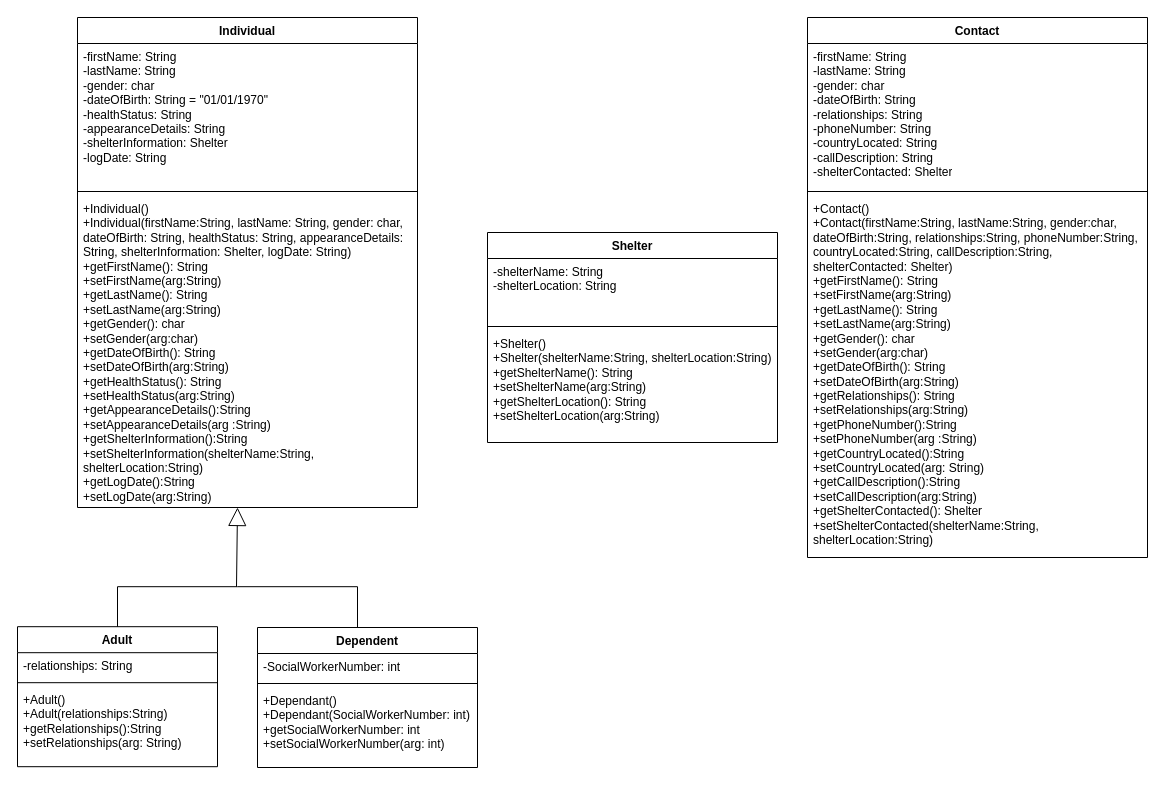
Before: disaster_recover_UML_25.drawio in ENSF-380-Group-25/Project-1, a draw.io diagram. Source tidied: cells renumbered, new cells numbered last; positions are measured from the earlier drawing's top-left corner, leaving out a move shared by most shapes. Both pictures are drawn from the tidied source at 100%, with x=0, y=0 at pixel (17, 17).
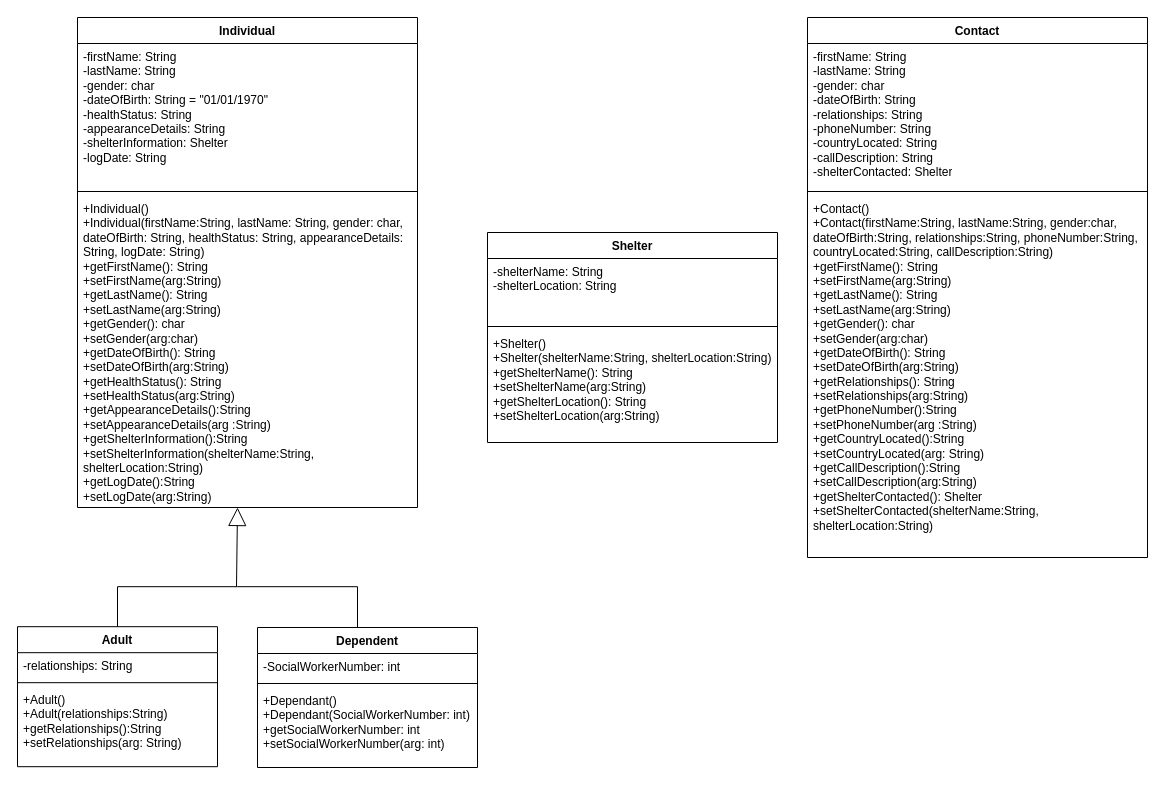
After the change.

Commit message:
updated shelter attributes

Unchanged cells that the change refers to:
```xml
<mxCell id="2" value="Individual" style="swimlane;fontStyle=1;align=center;verticalAlign=top;horizontal=1;startSize=26;whiteSpace=wrap;html=1;" parent="1" vertex="1">
  <mxGeometry x="60" width="340" height="490" as="geometry" />
</mxCell>
<mxCell id="23" value="Contact" style="swimlane;fontStyle=1;align=center;verticalAlign=top;horizontal=1;startSize=26;whiteSpace=wrap;html=1;" parent="1" vertex="1">
  <mxGeometry x="790" width="340" height="540" as="geometry" />
</mxCell>
```

What changed in the source:
```diff
@@
-    <mxCell id="5" value="&lt;div&gt;+Individual()&lt;/div&gt;&lt;div&gt;+Individual(firstName:String, lastName: String, gender: char, dateOfBirth: String, healthStatus: String, appearanceDetails: String, shelterInformation: Shelter, logDate: String)&lt;/div&gt;+getFirstName(): String&lt;div&gt;+setFirstName(arg:String)&lt;/div&gt;&lt;div&gt;+getLastName(): String&lt;div&gt;+setLastName(arg:String)&lt;/div&gt;&lt;div&gt;+getGender(): char&lt;div&gt;+setGender(arg:char)&lt;/div&gt;&lt;div&gt;+getDateOfBirth(): String&lt;div&gt;+setDateOfBirth(arg:String)&lt;/div&gt;&lt;div&gt;+getHealthStatus(): String&lt;div&gt;+setHealthStatus(arg:String)&lt;/div&gt;&lt;div&gt;+getAppearanceDetails():String&lt;/div&gt;&lt;div&gt;+setAppearanceDetails(arg&amp;nbsp;&lt;span style=&quot;background-color: transparent; color: light-dark(rgb(0, 0, 0), rgb(255, 255, 255));&quot;&gt;:String&lt;/span&gt;&lt;span style=&quot;background-color: transparent; color: light-dark(rgb(0, 0, 0), rgb(255, 255, 255));&quot;&gt;)&lt;/span&gt;&lt;/div&gt;&lt;div&gt;+getShelterInformation():String&lt;/div&gt;&lt;div&gt;+setShelterInformation(shelterName:String, shelterLocation:String)&lt;/div&gt;&lt;div&gt;+getLogDate():String&lt;/div&gt;&lt;div&gt;+setLogDate(arg:String)&lt;/div&gt;&lt;div&gt;&lt;br&gt;&lt;/div&gt;&lt;div&gt;&lt;br&gt;&lt;/div&gt;&lt;/div&gt;&lt;div&gt;&lt;br&gt;&lt;/div&gt;&lt;/div&gt;&lt;/div&gt;&lt;div&gt;&lt;br&gt;&lt;/div&gt;&lt;/div&gt;" style="text;strokeColor=none;fillColor=none;align=left;verticalAlign=top;spacingLeft=4;spacingRight=4;overflow=hidden;whiteSpace=wrap;html=1;" parent="2" vertex="1">
+    <mxCell id="5" value="&lt;div&gt;+Individual()&lt;/div&gt;&lt;div&gt;+Individual(firstName:String, lastName: String, gender: char, dateOfBirth: String, healthStatus: String, appearanceDetails: String, logDate: String)&lt;/div&gt;+getFirstName(): String&lt;div&gt;+setFirstName(arg:String)&lt;/div&gt;&lt;div&gt;+getLastName(): String&lt;div&gt;+setLastName(arg:String)&lt;/div&gt;&lt;div&gt;+getGender(): char&lt;div&gt;+setGender(arg:char)&lt;/div&gt;&lt;div&gt;+getDateOfBirth(): String&lt;div&gt;+setDateOfBirth(arg:String)&lt;/div&gt;&lt;div&gt;+getHealthStatus(): String&lt;div&gt;+setHealthStatus(arg:String)&lt;/div&gt;&lt;div&gt;+getAppearanceDetails():String&lt;/div&gt;&lt;div&gt;+setAppearanceDetails(arg&amp;nbsp;&lt;span style=&quot;background-color: transparent; color: light-dark(rgb(0, 0, 0), rgb(255, 255, 255));&quot;&gt;:String&lt;/span&gt;&lt;span style=&quot;background-color: transparent; color: light-dark(rgb(0, 0, 0), rgb(255, 255, 255));&quot;&gt;)&lt;/span&gt;&lt;/div&gt;&lt;div&gt;+getShelterInformation():String&lt;/div&gt;&lt;div&gt;+setShelterInformation(shelterName:String, shelterLocation:String)&lt;/div&gt;&lt;div&gt;+getLogDate():String&lt;/div&gt;&lt;div&gt;+setLogDate(arg:String)&lt;/div&gt;&lt;div&gt;&lt;br&gt;&lt;/div&gt;&lt;div&gt;&lt;br&gt;&lt;/div&gt;&lt;/div&gt;&lt;div&gt;&lt;br&gt;&lt;/div&gt;&lt;/div&gt;&lt;/div&gt;&lt;div&gt;&lt;br&gt;&lt;/div&gt;&lt;/div&gt;" style="text;strokeColor=none;fillColor=none;align=left;verticalAlign=top;spacingLeft=4;spacingRight=4;overflow=hidden;whiteSpace=wrap;html=1;" parent="2" vertex="1">
       <mxGeometry y="178" width="340" height="312" as="geometry" />
     </mxCell>
@@
-    <mxCell id="26" value="&lt;div&gt;+Contact()&lt;/div&gt;&lt;div&gt;+Contact(firstName:String, lastName:String, gender:char, dateOfBirth:String, relationships:String, phoneNumber:String, countryLocated:String, callDescription:String, shelterContacted: Shelter)&lt;/div&gt;+getFirstName(): String&lt;div&gt;+setFirstName(arg:String)&lt;/div&gt;&lt;div&gt;+getLastName(): String&lt;div&gt;+setLastName(arg:String)&lt;/div&gt;&lt;div&gt;+getGender(): char&lt;div&gt;+setGender(arg:char)&lt;/div&gt;&lt;div&gt;+getDateOfBirth(): String&lt;div&gt;+setDateOfBirth(arg:String)&lt;/div&gt;&lt;div&gt;+getRelationships(): String&lt;div&gt;+setRelationships(arg:String)&lt;/div&gt;&lt;div&gt;+getPhoneNumber():String&lt;/div&gt;&lt;div&gt;+setPhoneNumber(arg&amp;nbsp;&lt;span style=&quot;background-color: transparent; color: light-dark(rgb(0, 0, 0), rgb(255, 255, 255));&quot;&gt;:String&lt;/span&gt;&lt;span style=&quot;background-color: transparent; color: light-dark(rgb(0, 0, 0), rgb(255, 255, 255));&quot;&gt;)&lt;/span&gt;&lt;/div&gt;&lt;div&gt;+getCountryLocated():String&lt;/div&gt;&lt;div&gt;+setCountryLocated(arg: String)&lt;/div&gt;&lt;div&gt;+getCallDescription():String&lt;/div&gt;&lt;div&gt;+setCallDescription(arg:String)&lt;/div&gt;&lt;/div&gt;&lt;/div&gt;&lt;/div&gt;&lt;/div&gt;&lt;div&gt;+getShelterContacted(): Shelter&lt;/div&gt;&lt;div&gt;+setShelterContacted(shelterName:String, shelterLocation:String)&lt;/div&gt;" style="text;strokeColor=none;fillColor=none;align=left;verticalAlign=top;spacingLeft=4;spacingRight=4;overflow=hidden;whiteSpace=wrap;html=1;" parent="23" vertex="1">
+    <mxCell id="26" value="&lt;div&gt;+Contact()&lt;/div&gt;&lt;div&gt;+Contact(firstName:String, lastName:String, gender:char, dateOfBirth:String, relationships:String, phoneNumber:String, countryLocated:String, callDescription:String)&lt;/div&gt;+getFirstName(): String&lt;div&gt;+setFirstName(arg:String)&lt;/div&gt;&lt;div&gt;+getLastName(): String&lt;div&gt;+setLastName(arg:String)&lt;/div&gt;&lt;div&gt;+getGender(): char&lt;div&gt;+setGender(arg:char)&lt;/div&gt;&lt;div&gt;+getDateOfBirth(): String&lt;div&gt;+setDateOfBirth(arg:String)&lt;/div&gt;&lt;div&gt;+getRelationships(): String&lt;div&gt;+setRelationships(arg:String)&lt;/div&gt;&lt;div&gt;+getPhoneNumber():String&lt;/div&gt;&lt;div&gt;+setPhoneNumber(arg&amp;nbsp;&lt;span style=&quot;background-color: transparent; color: light-dark(rgb(0, 0, 0), rgb(255, 255, 255));&quot;&gt;:String&lt;/span&gt;&lt;span style=&quot;background-color: transparent; color: light-dark(rgb(0, 0, 0), rgb(255, 255, 255));&quot;&gt;)&lt;/span&gt;&lt;/div&gt;&lt;div&gt;+getCountryLocated():String&lt;/div&gt;&lt;div&gt;+setCountryLocated(arg: String)&lt;/div&gt;&lt;div&gt;+getCallDescription():String&lt;/div&gt;&lt;div&gt;+setCallDescription(arg:String)&lt;/div&gt;&lt;/div&gt;&lt;/div&gt;&lt;/div&gt;&lt;/div&gt;&lt;div&gt;+getShelterContacted(): Shelter&lt;/div&gt;&lt;div&gt;+setShelterContacted(shelterName:String, shelterLocation:String)&lt;/div&gt;" style="text;strokeColor=none;fillColor=none;align=left;verticalAlign=top;spacingLeft=4;spacingRight=4;overflow=hidden;whiteSpace=wrap;html=1;" parent="23" vertex="1">
       <mxGeometry y="178" width="340" height="362" as="geometry" />
     </mxCell>
```
